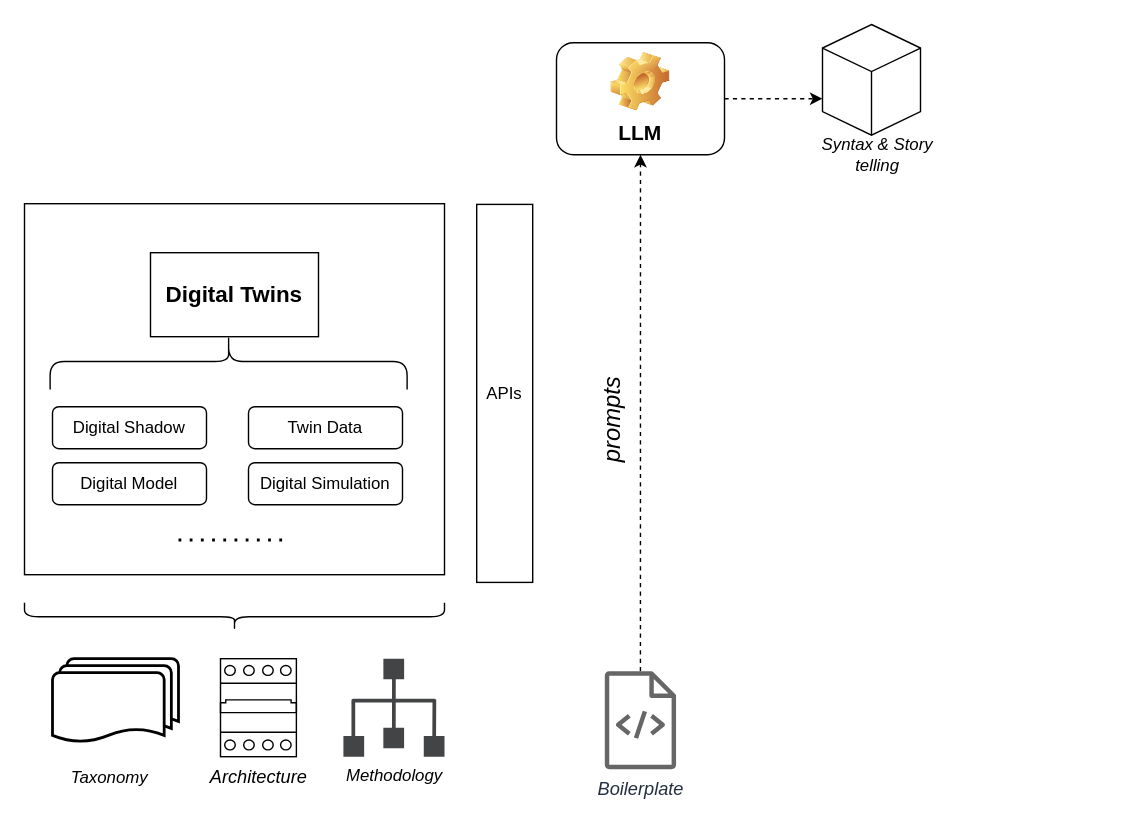
This is drawio/mams/dd-twins/DDTwins_Architecture.drawio from scrodrig/Diagrams, a draw.io file, before an edit. Source tidied: cells renumbered, new cells numbered last; positions are measured from the earlier drawing's top-left corner, leaving out a move shared by most shapes. Both pictures are drawn from the tidied source at 140%, with x=0, y=0 at pixel (24, 24).
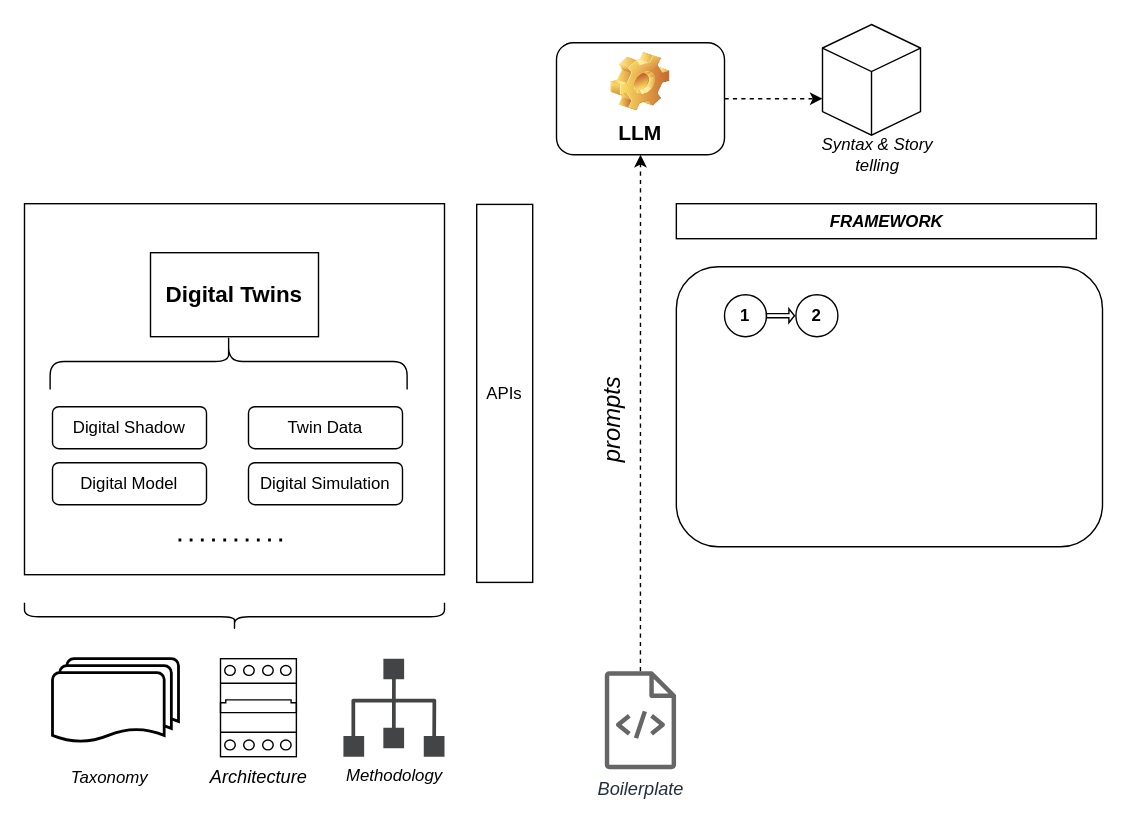
The same page after the edit.

Change to the diagram source:
```diff
@@
+    <mxCell id="24" value="&lt;b&gt;&lt;i&gt;FRAMEWORK&lt;/i&gt;&lt;/b&gt;" style="rounded=0;whiteSpace=wrap;html=1;" parent="1" vertex="1">
+      <mxGeometry x="465.6" y="128" width="300" height="25" as="geometry" />
+    </mxCell>
+    <mxCell id="25" style="rounded=1;whiteSpace=wrap;html=1;" parent="1" vertex="1">
+      <mxGeometry x="465.6" y="173" width="304.4" height="200" as="geometry" />
+    </mxCell>
+    <mxCell id="26" value="&lt;b&gt;1&lt;/b&gt;" style="ellipse;whiteSpace=wrap;html=1;" parent="1" vertex="1">
+      <mxGeometry x="500" y="193" width="30" height="30" as="geometry" />
+    </mxCell>
+    <mxCell id="27" style="shape=singleArrow;whiteSpace=wrap;html=1;" parent="1" vertex="1">
+      <mxGeometry x="530" y="203" width="20" height="10" as="geometry" />
+    </mxCell>
+    <mxCell id="28" value="&lt;b&gt;2&lt;/b&gt;" style="ellipse;whiteSpace=wrap;html=1;" parent="1" vertex="1">
+      <mxGeometry x="551" y="193" width="30" height="30" as="geometry" />
+    </mxCell>
```
